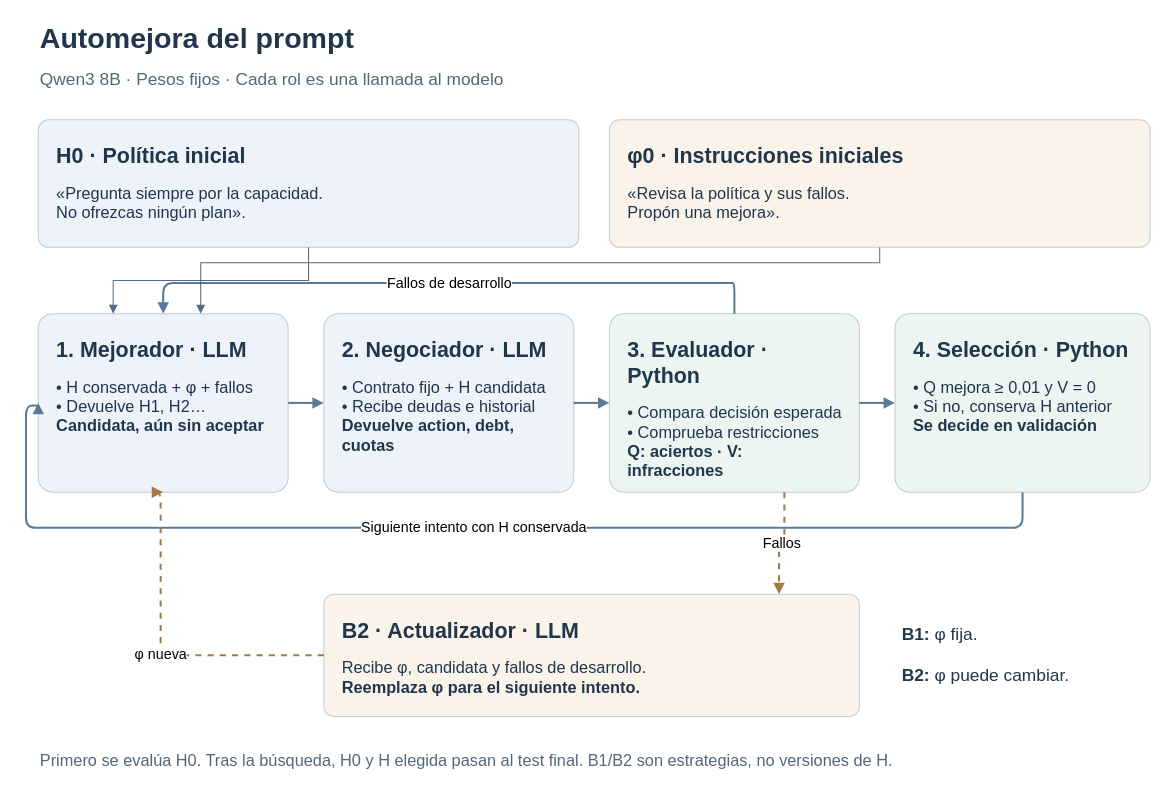
Before: research/cases/case-0003-debt-negotiation/diagrams/learning-loop.drawio in jairzinhosantos/thinking-harness, a draw.io diagram. Source tidied: cells renumbered, new cells numbered last; positions are measured from the earlier drawing's top-left corner, leaving out a move shared by most shapes. Both pictures are drawn from the tidied source at 102%, with x=0, y=0 at pixel (26, 17).
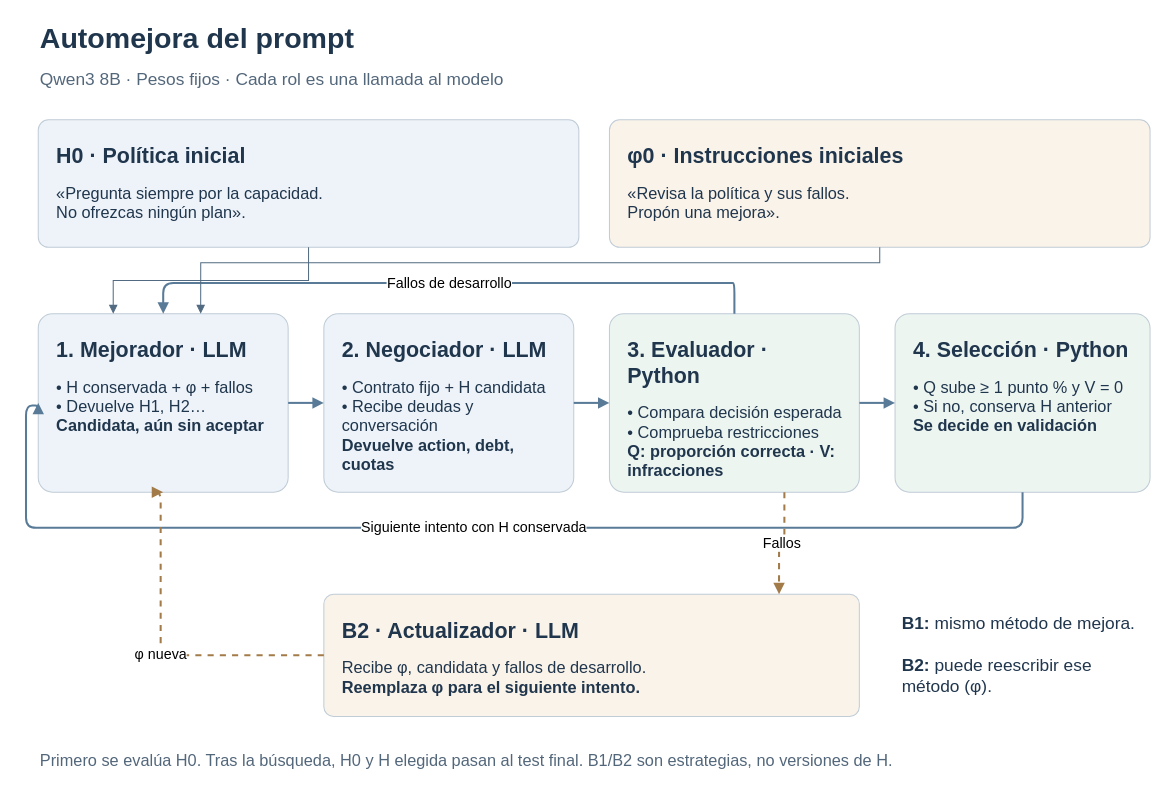
The same page after the edit.

The edit, as a diff of the source:
```diff
@@
-    <mxCell id="7" value="&lt;div style=&quot;text-align:left&quot;&gt;&lt;b style=&quot;font-size:21px&quot;&gt;2. Negociador · LLM&lt;/b&gt;&lt;br&gt;&lt;br&gt;&lt;span style=&quot;font-size:16px&quot;&gt;• Contrato fijo + H candidata&lt;br&gt;• Recibe deudas e historial&lt;br&gt;&lt;b&gt;Devuelve action, debt, cuotas&lt;/b&gt;&lt;/span&gt;&lt;/div&gt;" style="rounded=1;arcSize=8;whiteSpace=wrap;html=1;fillColor=#EDF3F9;strokeColor=#C0CCD6;fontColor=#20364D;fontFamily=Arial;align=left;verticalAlign=top;spacing=18;" parent="1" vertex="1">
+    <mxCell id="7" value="&lt;div style=&quot;text-align:left&quot;&gt;&lt;b style=&quot;font-size:21px&quot;&gt;2. Negociador · LLM&lt;/b&gt;&lt;br&gt;&lt;br&gt;&lt;span style=&quot;font-size:16px&quot;&gt;• Contrato fijo + H candidata&lt;br&gt;• Recibe deudas y conversación&lt;br&gt;&lt;b&gt;Devuelve action, debt, cuotas&lt;/b&gt;&lt;/span&gt;&lt;/div&gt;" style="rounded=1;arcSize=8;whiteSpace=wrap;html=1;fillColor=#EDF3F9;strokeColor=#C0CCD6;fontColor=#20364D;fontFamily=Arial;align=left;verticalAlign=top;spacing=18;" parent="1" vertex="1">
       <mxGeometry x="292" y="290" width="245" height="175" as="geometry" />
     </mxCell>
-    <mxCell id="8" value="&lt;div style=&quot;text-align:left&quot;&gt;&lt;b style=&quot;font-size:21px&quot;&gt;3. Evaluador · Python&lt;/b&gt;&lt;br&gt;&lt;br&gt;&lt;span style=&quot;font-size:16px&quot;&gt;• Compara decisión esperada&lt;br&gt;• Comprueba restricciones&lt;br&gt;&lt;b&gt;Q: aciertos · V: infracciones&lt;/b&gt;&lt;/span&gt;&lt;/div&gt;" style="rounded=1;arcSize=8;whiteSpace=wrap;html=1;fillColor=#EDF5F1;strokeColor=#C0CCD6;fontColor=#20364D;fontFamily=Arial;align=left;verticalAlign=top;spacing=18;" parent="1" vertex="1">
+    <mxCell id="8" value="&lt;div style=&quot;text-align:left&quot;&gt;&lt;b style=&quot;font-size:21px&quot;&gt;3. Evaluador · Python&lt;/b&gt;&lt;br&gt;&lt;br&gt;&lt;span style=&quot;font-size:16px&quot;&gt;• Compara decisión esperada&lt;br&gt;• Comprueba restricciones&lt;br&gt;&lt;b&gt;Q: proporción correcta · V: infracciones&lt;/b&gt;&lt;/span&gt;&lt;/div&gt;" style="rounded=1;arcSize=8;whiteSpace=wrap;html=1;fillColor=#EDF5F1;strokeColor=#C0CCD6;fontColor=#20364D;fontFamily=Arial;align=left;verticalAlign=top;spacing=18;" parent="1" vertex="1">
       <mxGeometry x="572" y="290" width="245" height="175" as="geometry" />
     </mxCell>
-    <mxCell id="9" value="&lt;div style=&quot;text-align:left&quot;&gt;&lt;b style=&quot;font-size:21px&quot;&gt;4. Selección · Python&lt;/b&gt;&lt;br&gt;&lt;br&gt;&lt;span style=&quot;font-size:16px&quot;&gt;• Q mejora ≥ 0,01 y V = 0&lt;br&gt;• Si no, conserva H anterior&lt;br&gt;&lt;b&gt;Se decide en validación&lt;/b&gt;&lt;/span&gt;&lt;/div&gt;" style="rounded=1;arcSize=8;whiteSpace=wrap;html=1;fillColor=#EDF5F1;strokeColor=#C0CCD6;fontColor=#20364D;fontFamily=Arial;align=left;verticalAlign=top;spacing=18;" parent="1" vertex="1">
+    <mxCell id="9" value="&lt;div style=&quot;text-align:left&quot;&gt;&lt;b style=&quot;font-size:21px&quot;&gt;4. Selección · Python&lt;/b&gt;&lt;br&gt;&lt;br&gt;&lt;span style=&quot;font-size:16px&quot;&gt;• Q sube ≥ 1 punto % y V = 0&lt;br&gt;• Si no, conserva H anterior&lt;br&gt;&lt;b&gt;Se decide en validación&lt;/b&gt;&lt;/span&gt;&lt;/div&gt;" style="rounded=1;arcSize=8;whiteSpace=wrap;html=1;fillColor=#EDF5F1;strokeColor=#C0CCD6;fontColor=#20364D;fontFamily=Arial;align=left;verticalAlign=top;spacing=18;" parent="1" vertex="1">
       <mxGeometry x="852" y="290" width="250" height="175" as="geometry" />
     </mxCell>
@@
-    <mxCell id="18" value="&lt;b&gt;B1:&lt;/b&gt; φ fija.&lt;br&gt;&lt;br&gt;&lt;b&gt;B2:&lt;/b&gt; φ puede cambiar." style="text;html=1;whiteSpace=wrap;align=left;verticalAlign=middle;fontFamily=Arial;fontColor=#20364D;fontSize=17;fontStyle=0;" parent="1" vertex="1">
+    <mxCell id="18" value="&lt;b&gt;B1:&lt;/b&gt; mismo método de mejora.&lt;br&gt;&lt;br&gt;&lt;b&gt;B2:&lt;/b&gt; puede reescribir ese método (φ)." style="text;html=1;whiteSpace=wrap;align=left;verticalAlign=middle;fontFamily=Arial;fontColor=#20364D;fontSize=17;fontStyle=0;" parent="1" vertex="1">
       <mxGeometry x="857" y="575" width="245" height="100" as="geometry" />
     </mxCell>
```
